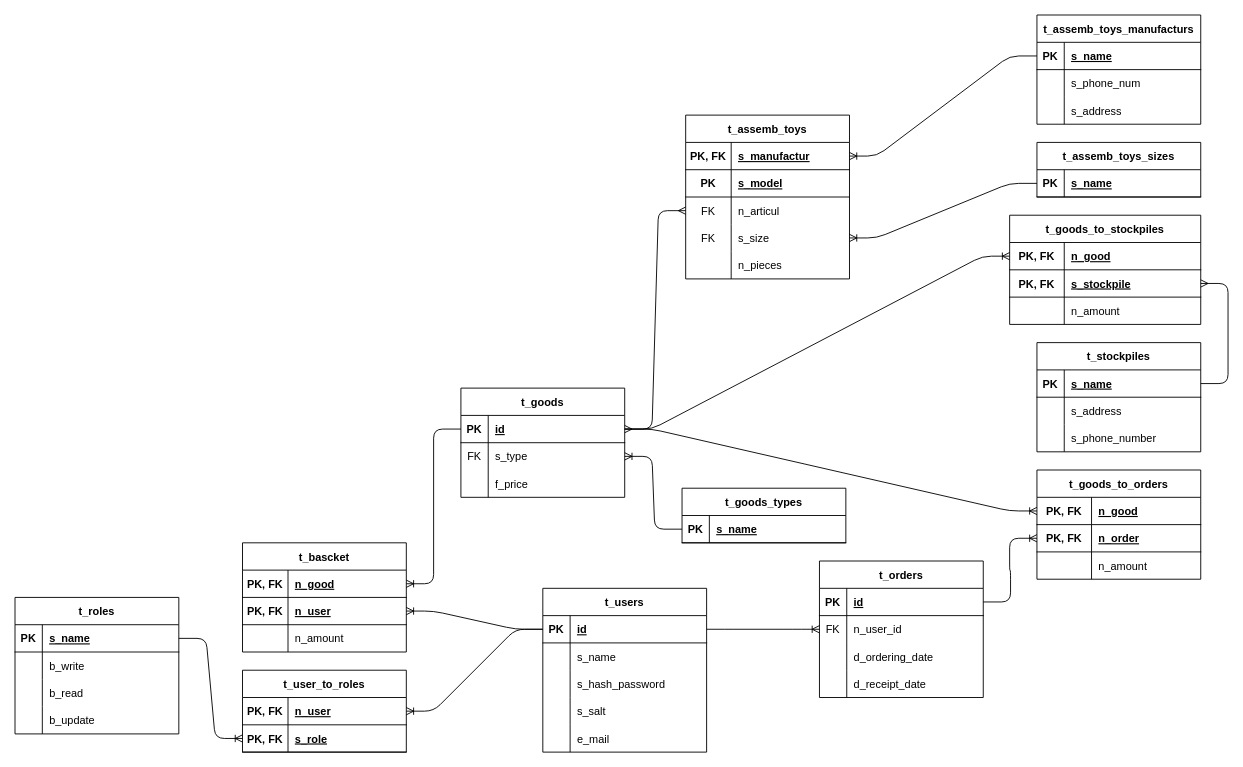
Before: server/db_relations.drawio in XJIE6yIIIEK/e-com-shop, a draw.io diagram. Source tidied: cells renumbered, new cells numbered last; positions are measured from the earlier drawing's top-left corner, leaving out a move shared by most shapes. Both pictures are drawn from the tidied source at 91%, with x=0, y=0 at pixel (15, 15).
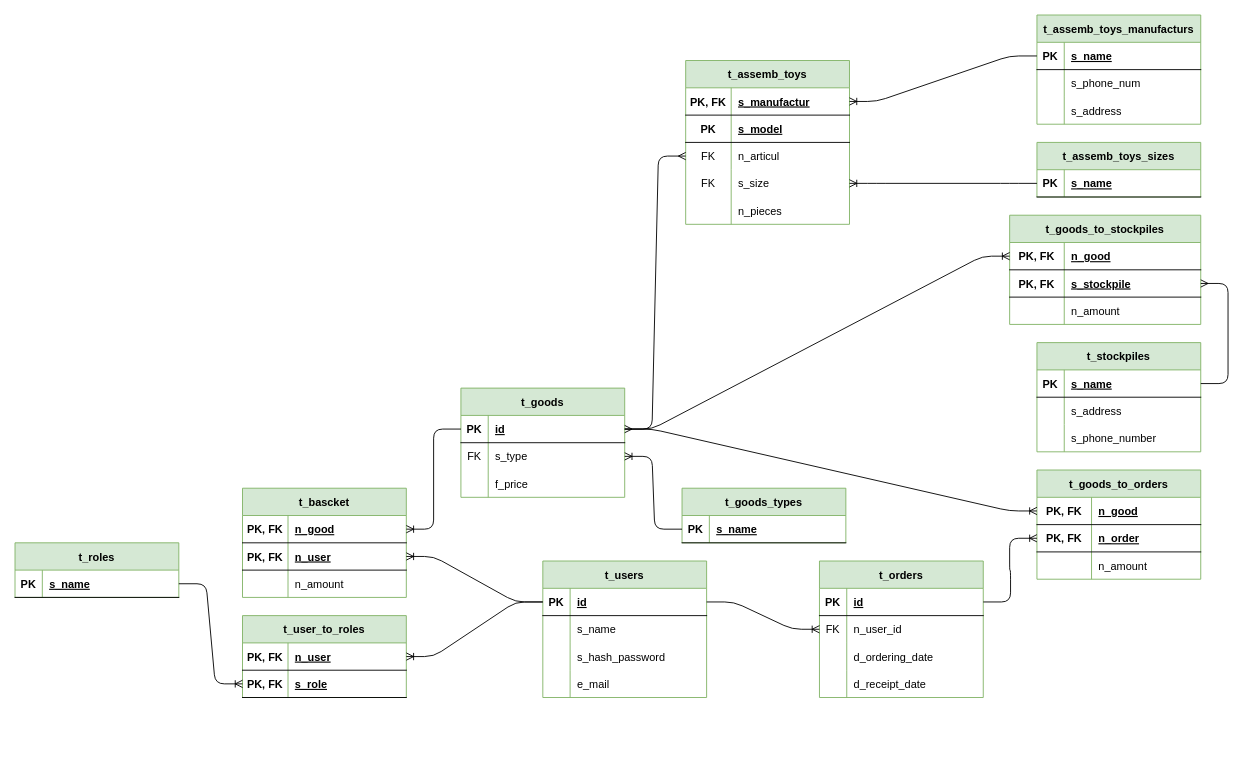
Above is the later version.

The edit, as a diff of the source:
```diff
@@
-    <mxCell id="2" value="t_users" style="shape=table;startSize=30;childLayout=tableLayout;rowLines=0;fontStyle=1;align=center;" parent="1" vertex="1">
-      <mxGeometry x="580" y="630" width="180" height="180" as="geometry" />
+    <mxCell id="2" value="t_users" style="shape=table;startSize=30;childLayout=tableLayout;rowLines=0;fontStyle=1;align=center;fillColor=#d5e8d4;strokeColor=#82b366;" parent="1" vertex="1">
+      <mxGeometry x="580" y="600" width="180" height="150" as="geometry" />
     </mxCell>
@@
-    <mxCell id="12" style="shape=partialRectangle;fillColor=none;top=0;left=0;bottom=0;right=0;" parent="2" vertex="1">
-      <mxGeometry y="120" width="180" height="30" as="geometry" />
-    </mxCell>
-    <mxCell id="13" style="shape=partialRectangle;fillColor=none;top=0;left=0;bottom=0;right=0;overflow=hidden;" parent="12" vertex="1">
-      <mxGeometry width="30" height="30" as="geometry" />
-    </mxCell>
-    <mxCell id="14" value="s_salt" style="shape=partialRectangle;fillColor=none;top=0;left=0;bottom=0;right=0;align=left;spacingLeft=6;overflow=hidden;" parent="12" vertex="1">
-      <mxGeometry x="30" width="150" height="30" as="geometry" />
-    </mxCell>
     <mxCell id="15" style="shape=partialRectangle;fillColor=none;top=0;left=0;bottom=0;right=0;" parent="2" vertex="1">
-      <mxGeometry y="150" width="180" height="30" as="geometry" />
+      <mxGeometry y="120" width="180" height="30" as="geometry" />
     </mxCell>
@@
-    <mxCell id="18" value="t_orders" style="shape=table;startSize=30;childLayout=tableLayout;rowLines=0;fontStyle=1;align=center;" parent="1" vertex="1">
+    <mxCell id="18" value="t_orders" style="shape=table;startSize=30;childLayout=tableLayout;rowLines=0;fontStyle=1;align=center;fillColor=#d5e8d4;strokeColor=#82b366;" parent="1" vertex="1">
       <mxGeometry x="884" y="600" width="180" height="150" as="geometry" />
     </mxCell>
@@
-    <mxCell id="32" value="t_goods" style="shape=table;startSize=30;childLayout=tableLayout;rowLines=0;fontStyle=1;align=center;" parent="1" vertex="1">
+    <mxCell id="32" value="t_goods" style="shape=table;startSize=30;childLayout=tableLayout;rowLines=0;fontStyle=1;align=center;fillColor=#d5e8d4;strokeColor=#82b366;" parent="1" vertex="1">
       <mxGeometry x="490" y="410" width="180" height="120" as="geometry" />
     </mxCell>
@@
-    <mxCell id="42" value="t_stockpiles" style="shape=table;startSize=30;childLayout=tableLayout;rowLines=0;fontStyle=1;align=center;" parent="1" vertex="1">
+    <mxCell id="42" value="t_stockpiles" style="shape=table;startSize=30;childLayout=tableLayout;rowLines=0;fontStyle=1;align=center;fillColor=#d5e8d4;strokeColor=#82b366;" parent="1" vertex="1">
       <mxGeometry x="1123" y="360" width="180" height="120" as="geometry" />
     </mxCell>
@@
-    <mxCell id="52" value="t_goods_to_stockpiles" style="shape=table;startSize=30;childLayout=tableLayout;rowLines=0;fontStyle=1;align=center;" parent="1" vertex="1">
+    <mxCell id="52" value="t_goods_to_stockpiles" style="shape=table;startSize=30;childLayout=tableLayout;rowLines=0;fontStyle=1;align=center;fillColor=#d5e8d4;strokeColor=#82b366;" parent="1" vertex="1">
       <mxGeometry x="1093" y="220" width="210" height="120" as="geometry" />
     </mxCell>
@@
-    <mxCell id="62" value="t_goods_to_orders" style="shape=table;startSize=30;childLayout=tableLayout;rowLines=0;fontStyle=1;align=center;" parent="1" vertex="1">
+    <mxCell id="62" value="t_goods_to_orders" style="shape=table;startSize=30;childLayout=tableLayout;rowLines=0;fontStyle=1;align=center;fillColor=#d5e8d4;strokeColor=#82b366;" parent="1" vertex="1">
       <mxGeometry x="1123" y="500" width="180" height="120" as="geometry" />
     </mxCell>
@@
-    <mxCell id="72" value="t_assemb_toys" style="shape=table;startSize=30;childLayout=tableLayout;rowLines=0;fontStyle=1;align=center;" parent="1" vertex="1">
-      <mxGeometry x="737" y="110" width="180" height="180" as="geometry" />
+    <mxCell id="72" value="t_assemb_toys" style="shape=table;startSize=30;childLayout=tableLayout;rowLines=0;fontStyle=1;align=center;fillColor=#d5e8d4;strokeColor=#82b366;" parent="1" vertex="1">
+      <mxGeometry x="737" y="50" width="180" height="180" as="geometry" />
     </mxCell>
@@
-    <mxCell id="89" value="t_assemb_toys_manufacturs" style="shape=table;startSize=30;childLayout=tableLayout;rowLines=0;fontStyle=1;align=center;" parent="1" vertex="1">
+    <mxCell id="89" value="t_assemb_toys_manufacturs" style="shape=table;startSize=30;childLayout=tableLayout;rowLines=0;fontStyle=1;align=center;fillColor=#d5e8d4;strokeColor=#82b366;" parent="1" vertex="1">
       <mxGeometry x="1123" width="180" height="120" as="geometry" />
     </mxCell>
@@
-    <mxCell id="99" value="t_assemb_toys_sizes" style="shape=table;startSize=30;childLayout=tableLayout;rowLines=0;fontStyle=1;align=center;" parent="1" vertex="1">
+    <mxCell id="99" value="t_assemb_toys_sizes" style="shape=table;startSize=30;childLayout=tableLayout;rowLines=0;fontStyle=1;align=center;fillColor=#d5e8d4;strokeColor=#82b366;" parent="1" vertex="1">
       <mxGeometry x="1123" y="140" width="180" height="60" as="geometry" />
     </mxCell>
@@
-    <mxCell id="103" value="t_bascket" style="shape=table;startSize=30;childLayout=tableLayout;rowLines=0;fontStyle=1;align=center;" parent="1" vertex="1">
-      <mxGeometry x="250" y="580" width="180" height="120" as="geometry" />
+    <mxCell id="103" value="t_bascket" style="shape=table;startSize=30;childLayout=tableLayout;rowLines=0;fontStyle=1;align=center;fillColor=#d5e8d4;strokeColor=#82b366;" parent="1" vertex="1">
+      <mxGeometry x="250" y="520" width="180" height="120" as="geometry" />
     </mxCell>
@@
-    <mxCell id="113" value="t_roles" style="shape=table;startSize=30;childLayout=tableLayout;rowLines=0;fontStyle=1;align=center;" parent="1" vertex="1">
-      <mxGeometry y="640" width="180" height="150" as="geometry" />
+    <mxCell id="113" value="t_roles" style="shape=table;startSize=30;childLayout=tableLayout;rowLines=0;fontStyle=1;align=center;fillColor=#d5e8d4;strokeColor=#82b366;" parent="1" vertex="1">
+      <mxGeometry y="580" width="180" height="60" as="geometry" />
     </mxCell>
@@
-    <mxCell id="117" style="shape=partialRectangle;fillColor=none;top=0;left=0;bottom=0;right=0;" parent="113" vertex="1">
-      <mxGeometry y="60" width="180" height="30" as="geometry" />
-    </mxCell>
-    <mxCell id="118" style="shape=partialRectangle;fillColor=none;top=0;left=0;bottom=0;right=0;overflow=hidden;" parent="117" vertex="1">
-      <mxGeometry width="30" height="30" as="geometry" />
-    </mxCell>
-    <mxCell id="119" value="b_write" style="shape=partialRectangle;fillColor=none;top=0;left=0;bottom=0;right=0;align=left;spacingLeft=6;overflow=hidden;" parent="117" vertex="1">
-      <mxGeometry x="30" width="150" height="30" as="geometry" />
-    </mxCell>
-    <mxCell id="120" style="shape=partialRectangle;fillColor=none;top=0;left=0;bottom=0;right=0;" parent="113" vertex="1">
-      <mxGeometry y="90" width="180" height="30" as="geometry" />
-    </mxCell>
-    <mxCell id="121" style="shape=partialRectangle;fillColor=none;top=0;left=0;bottom=0;right=0;overflow=hidden;" parent="120" vertex="1">
-      <mxGeometry width="30" height="30" as="geometry" />
-    </mxCell>
-    <mxCell id="122" value="b_read" style="shape=partialRectangle;fillColor=none;top=0;left=0;bottom=0;right=0;align=left;spacingLeft=6;overflow=hidden;" parent="120" vertex="1">
-      <mxGeometry x="30" width="150" height="30" as="geometry" />
-    </mxCell>
-    <mxCell id="123" style="shape=partialRectangle;fillColor=none;top=0;left=0;bottom=0;right=0;" parent="113" vertex="1">
-      <mxGeometry y="120" width="180" height="30" as="geometry" />
-    </mxCell>
-    <mxCell id="124" style="shape=partialRectangle;fillColor=none;top=0;left=0;bottom=0;right=0;overflow=hidden;" parent="123" vertex="1">
-      <mxGeometry width="30" height="30" as="geometry" />
-    </mxCell>
-    <mxCell id="125" value="b_update" style="shape=partialRectangle;fillColor=none;top=0;left=0;bottom=0;right=0;align=left;spacingLeft=6;overflow=hidden;" parent="123" vertex="1">
-      <mxGeometry x="30" width="150" height="30" as="geometry" />
-    </mxCell>
-    <mxCell id="126" value="t_user_to_roles" style="shape=table;startSize=30;childLayout=tableLayout;rowLines=0;fontStyle=1;align=center;" parent="1" vertex="1">
-      <mxGeometry x="250" y="720" width="180" height="90" as="geometry" />
+    <mxCell id="126" value="t_user_to_roles" style="shape=table;startSize=30;childLayout=tableLayout;rowLines=0;fontStyle=1;align=center;fillColor=#d5e8d4;strokeColor=#82b366;" parent="1" vertex="1">
+      <mxGeometry x="250" y="660" width="180" height="90" as="geometry" />
     </mxCell>
@@
-    <mxCell id="143" value="t_goods_types" style="shape=table;startSize=30;childLayout=tableLayout;rowLines=0;fontStyle=1;align=center;" parent="1" vertex="1">
+    <mxCell id="143" value="t_goods_types" style="shape=table;startSize=30;childLayout=tableLayout;rowLines=0;fontStyle=1;align=center;fillColor=#d5e8d4;strokeColor=#82b366;" parent="1" vertex="1">
       <mxGeometry x="733" y="520" width="180" height="60" as="geometry" />
     </mxCell>
```
